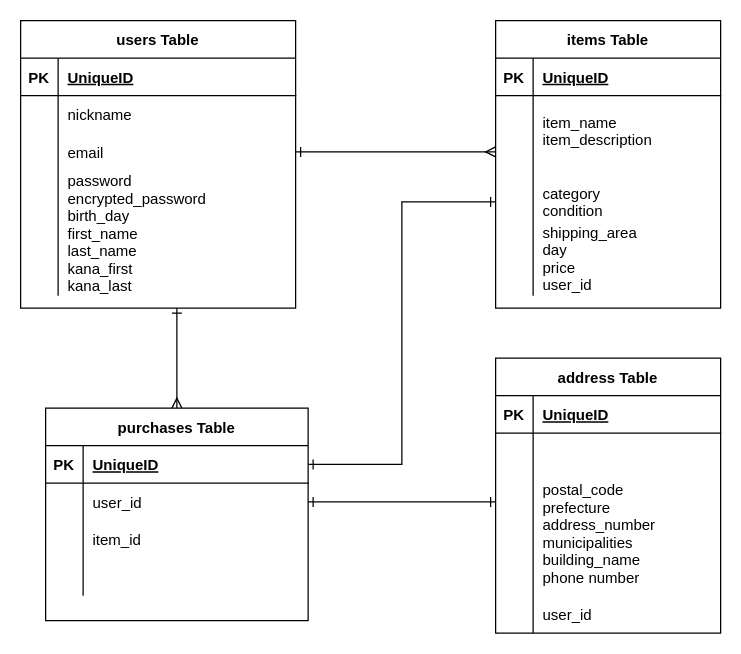
This is test.dio from tyanyu0614/furima-31671, a draw.io file, before an edit. Source tidied: cells renumbered, new cells numbered last; positions are measured from the earlier drawing's top-left corner, leaving out a move shared by most shapes. Both pictures are drawn from the tidied source at 125%, with x=0, y=0 at pixel (20, 20).
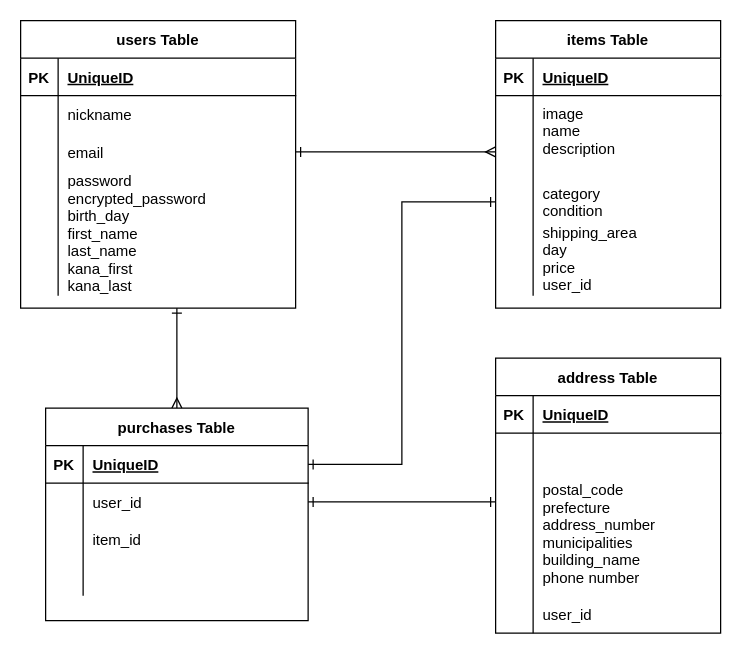
Above is the later version.

Unchanged cells that the change refers to:
```xml
<mxCell id="49" style="shape=partialRectangle;fillColor=none;top=0;left=0;bottom=0;right=0;points=[[0,0.5],[1,0.5]];portConstraint=eastwest;" parent="45" vertex="1">
  <mxGeometry y="60" width="180" height="70" as="geometry" />
</mxCell>
```

The edit, as a diff of the source:
```diff
@@
-    <mxCell id="51" value="item_name&#10;item_description&#10;" style="shape=partialRectangle;fillColor=none;top=0;left=0;bottom=0;right=0;align=left;spacingLeft=6;overflow=hidden;" parent="49" vertex="1">
+    <mxCell id="51" value="image&#10;name&#10;description&#10;" style="shape=partialRectangle;fillColor=none;top=0;left=0;bottom=0;right=0;align=left;spacingLeft=6;overflow=hidden;" parent="49" vertex="1">
       <mxGeometry x="30" width="150" height="70" as="geometry" />
     </mxCell>
```
